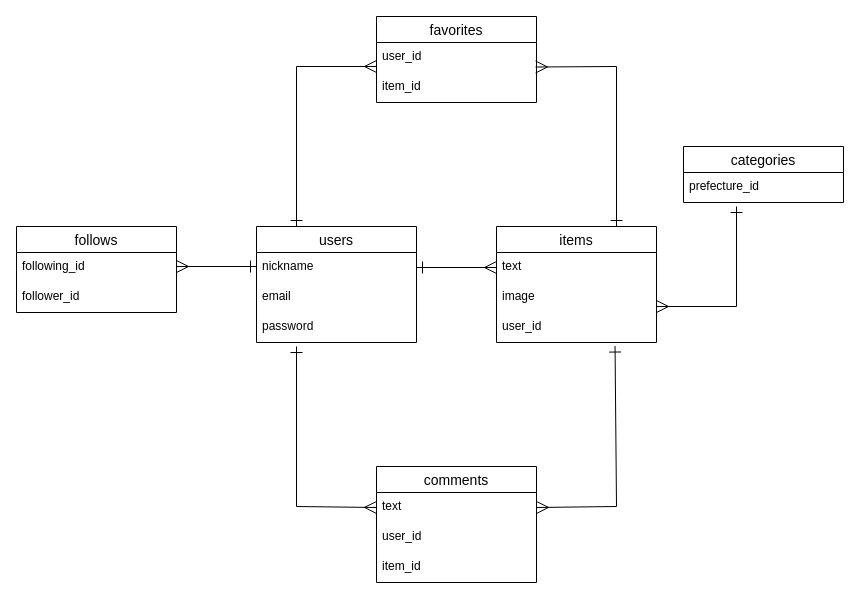
Before: local_speciality.dio in Deku-izuku715/local_speciality, a draw.io diagram. Source tidied: cells renumbered, new cells numbered last; positions are measured from the earlier drawing's top-left corner, leaving out a move shared by most shapes. Both pictures are drawn from the tidied source at 100%, with x=0, y=0 at pixel (16, 16).
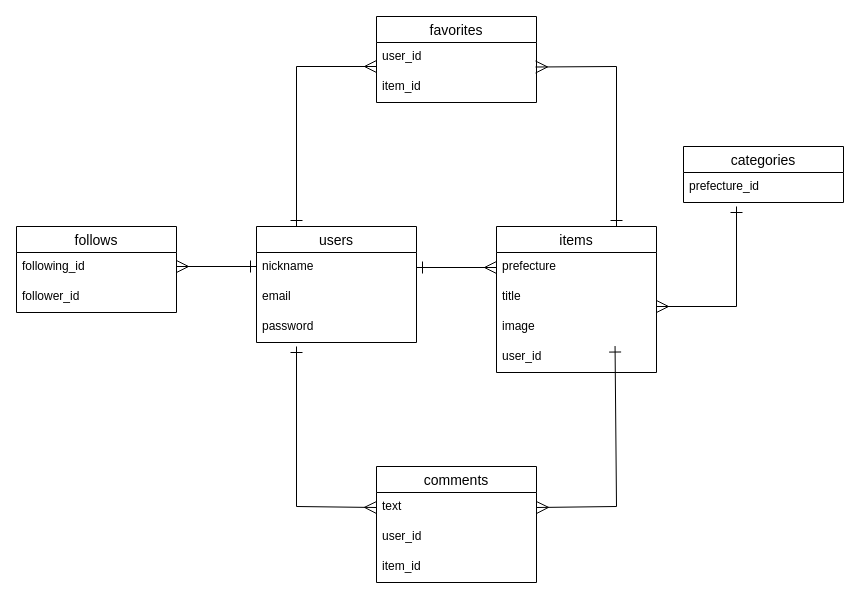
After the change.

What changed in the source:
```diff
@@
     <mxCell id="2" value="items" style="swimlane;fontStyle=0;horizontal=1;startSize=26;align=center;fontSize=14;" parent="1" vertex="1">
-      <mxGeometry x="480" y="210" width="160" height="116" as="geometry" />
+      <mxGeometry x="480" y="210" width="160" height="146" as="geometry" />
     </mxCell>
-    <mxCell id="3" value="text" style="text;strokeColor=none;fillColor=none;spacingLeft=4;spacingRight=4;overflow=hidden;fontSize=12;" parent="2" vertex="1">
+    <mxCell id="3" value="prefecture" style="text;strokeColor=none;fillColor=none;spacingLeft=4;spacingRight=4;overflow=hidden;fontSize=12;" parent="2" vertex="1">
       <mxGeometry y="26" width="160" height="30" as="geometry" />
     </mxCell>
-    <mxCell id="4" value="image" style="text;strokeColor=none;fillColor=none;spacingLeft=4;spacingRight=4;overflow=hidden;fontSize=12;" parent="2" vertex="1">
+    <mxCell id="4" value="title" style="text;strokeColor=none;fillColor=none;spacingLeft=4;spacingRight=4;overflow=hidden;fontSize=12;" parent="2" vertex="1">
       <mxGeometry y="56" width="160" height="30" as="geometry" />
     </mxCell>
-    <mxCell id="5" value="user_id" style="text;strokeColor=none;fillColor=none;spacingLeft=4;spacingRight=4;overflow=hidden;points=[[0,0.5],[1,0.5]];portConstraint=eastwest;fontSize=12;" parent="2" vertex="1">
+    <mxCell id="5" value="image" style="text;strokeColor=none;fillColor=none;spacingLeft=4;spacingRight=4;overflow=hidden;points=[[0,0.5],[1,0.5]];portConstraint=eastwest;fontSize=12;" parent="2" vertex="1">
       <mxGeometry y="86" width="160" height="30" as="geometry" />
     </mxCell>
+    <mxCell id="29" value="user_id" style="text;strokeColor=none;fillColor=none;spacingLeft=4;spacingRight=4;overflow=hidden;fontSize=12;" parent="2" vertex="1">
+      <mxGeometry y="116" width="160" height="30" as="geometry" />
+    </mxCell>
```
